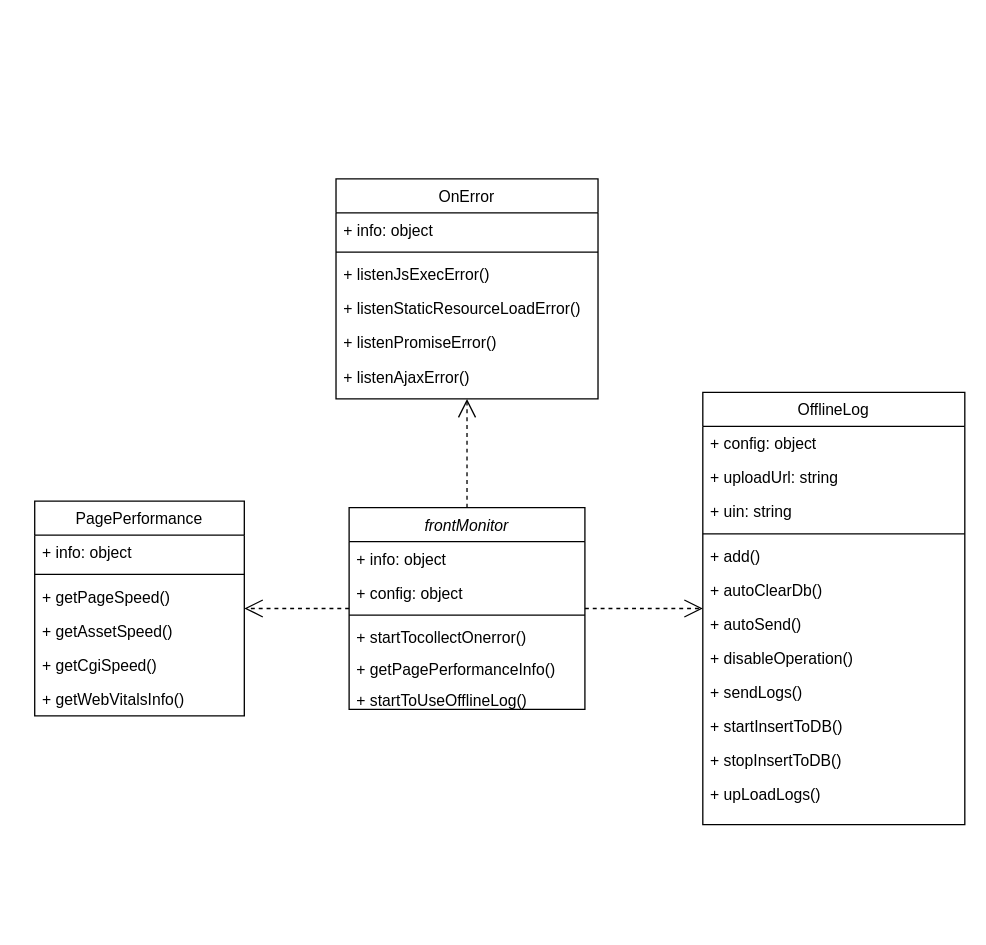
The draw.io diagram 前端监控类图.drawio in FelixTt/repositoryForDraw.io, before the edit. Source tidied: cells renumbered, new cells numbered last; positions are measured from the earlier drawing's top-left corner, leaving out a move shared by most shapes. Both pictures are drawn from the tidied source at 131%, with x=0, y=0 at pixel (34, 178).
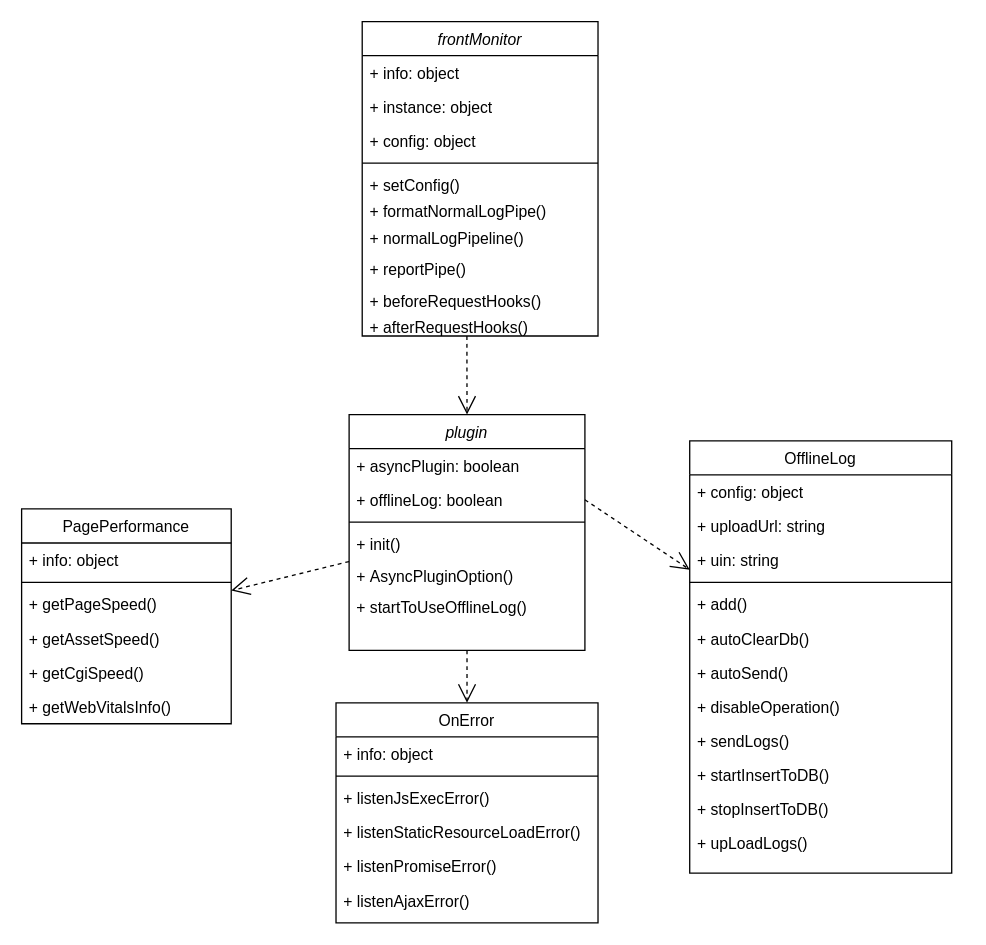
After the change.

Commit message:
更新前端监控类图.drawio

Change to the diagram source:
```diff
@@
     <mxCell id="2" value="OnError" style="swimlane;fontStyle=0;align=center;verticalAlign=top;horizontal=1;startSize=26;rounded=0;shadow=0;strokeWidth=1;" parent="1" vertex="1">
-      <mxGeometry x="230" width="200" height="168" as="geometry" />
+      <mxGeometry x="230" y="400" width="200" height="168" as="geometry" />
     </mxCell>
@@
     <mxCell id="9" value="PagePerformance" style="swimlane;fontStyle=0;align=center;verticalAlign=top;horizontal=1;startSize=26;rounded=0;shadow=0;strokeWidth=1;" parent="1" vertex="1">
-      <mxGeometry y="246" width="160" height="164" as="geometry" />
+      <mxGeometry x="-10" y="252" width="160" height="164" as="geometry" />
     </mxCell>
@@
     <mxCell id="16" value="OfflineLog" style="swimlane;fontStyle=0;align=center;verticalAlign=top;horizontal=1;startSize=26;rounded=0;shadow=0;strokeWidth=1;" parent="1" vertex="1">
-      <mxGeometry x="510" y="163" width="200" height="330" as="geometry" />
+      <mxGeometry x="500" y="200" width="200" height="330" as="geometry" />
     </mxCell>
@@
-    <mxCell id="29" value="frontMonitor" style="swimlane;fontStyle=2;align=center;verticalAlign=top;horizontal=1;startSize=26;rounded=0;shadow=0;strokeWidth=1;" parent="1" vertex="1">
-      <mxGeometry x="240" y="251" width="180" height="154" as="geometry" />
+    <mxCell id="29" value="plugin" style="swimlane;fontStyle=2;align=center;verticalAlign=top;horizontal=1;startSize=26;rounded=0;shadow=0;strokeWidth=1;" parent="1" vertex="1">
+      <mxGeometry x="240" y="180" width="180" height="180" as="geometry" />
     </mxCell>
-    <mxCell id="30" value="+ info: object" style="text;align=left;verticalAlign=top;spacingLeft=4;spacingRight=4;overflow=hidden;" parent="29" vertex="1">
+    <mxCell id="30" value="+ asyncPlugin: boolean" style="text;align=left;verticalAlign=top;spacingLeft=4;spacingRight=4;overflow=hidden;" parent="29" vertex="1">
       <mxGeometry y="26" width="180" height="26" as="geometry" />
     </mxCell>
-    <mxCell id="31" value="+ config: object" style="text;align=left;verticalAlign=top;spacingLeft=4;spacingRight=4;overflow=hidden;points=[[0,0.5],[1,0.5]];portConstraint=eastwest;rounded=0;shadow=0;html=0;" parent="29" vertex="1">
+    <mxCell id="31" value="+ offlineLog: boolean" style="text;align=left;verticalAlign=top;spacingLeft=4;spacingRight=4;overflow=hidden;points=[[0,0.5],[1,0.5]];portConstraint=eastwest;rounded=0;shadow=0;html=0;" parent="29" vertex="1">
       <mxGeometry y="52" width="180" height="26" as="geometry" />
     </mxCell>
@@
+    <mxCell id="34" value="+ init()" style="text;align=left;verticalAlign=top;spacingLeft=4;spacingRight=4;overflow=hidden;" parent="29" vertex="1">
+      <mxGeometry y="86" width="180" height="24" as="geometry" />
+    </mxCell>
-    <mxCell id="33" value="+ startTocollectOnerror()" style="text;align=left;verticalAlign=top;spacingLeft=4;spacingRight=4;overflow=hidden;" parent="29" vertex="1">
-      <mxGeometry y="86" width="180" height="24" as="geometry" />
+    <mxCell id="33" value="+ AsyncPluginOption()" style="text;align=left;verticalAlign=top;spacingLeft=4;spacingRight=4;overflow=hidden;" parent="29" vertex="1">
+      <mxGeometry y="110" width="180" height="24" as="geometry" />
     </mxCell>
-    <mxCell id="34" value="+ getPagePerformanceInfo()" style="text;align=left;verticalAlign=top;spacingLeft=4;spacingRight=4;overflow=hidden;" parent="29" vertex="1">
-      <mxGeometry y="110" width="180" height="24" as="geometry" />
-    </mxCell>
@@
-    <mxCell id="38" style="endArrow=open;endSize=12;dashed=1;html=1;rounded=0;" parent="1" edge="1" source="29" target="16">
+    <mxCell id="38" style="endArrow=open;endSize=12;dashed=1;html=1;rounded=0;exitX=1;exitY=0.5;exitDx=0;exitDy=0;" parent="1" edge="1" source="31" target="16">
       <mxGeometry relative="1" as="geometry" />
     </mxCell>
+    <mxCell id="39" value="frontMonitor" style="swimlane;fontStyle=2;align=center;verticalAlign=top;horizontal=1;startSize=26;rounded=0;shadow=0;strokeWidth=1;" parent="1" vertex="1">
+      <mxGeometry x="250" y="-120" width="180" height="240" as="geometry" />
+    </mxCell>
+    <mxCell id="40" value="+ info: object" style="text;align=left;verticalAlign=top;spacingLeft=4;spacingRight=4;overflow=hidden;" parent="39" vertex="1">
+      <mxGeometry y="26" width="180" height="26" as="geometry" />
+    </mxCell>
+    <mxCell id="41" value="+ instance: object" style="text;align=left;verticalAlign=top;spacingLeft=4;spacingRight=4;overflow=hidden;rounded=0;shadow=0;html=0;" parent="39" vertex="1">
+      <mxGeometry y="52" width="180" height="26" as="geometry" />
+    </mxCell>
+    <mxCell id="42" value="+ config: object" style="text;align=left;verticalAlign=top;spacingLeft=4;spacingRight=4;overflow=hidden;rounded=0;shadow=0;html=0;" parent="39" vertex="1">
+      <mxGeometry y="78" width="180" height="26" as="geometry" />
+    </mxCell>
+    <mxCell id="43" style="line;html=1;strokeWidth=1;align=left;verticalAlign=middle;spacingTop=-1;spacingLeft=3;spacingRight=3;labelPosition=right;" parent="39" vertex="1">
+      <mxGeometry y="104" width="180" height="8" as="geometry" />
+    </mxCell>
+    <mxCell id="44" value="+ setConfig()" style="text;align=left;verticalAlign=top;spacingLeft=4;spacingRight=4;overflow=hidden;" parent="39" vertex="1">
+      <mxGeometry y="112" width="180" height="20" as="geometry" />
+    </mxCell>
+    <mxCell id="45" value="+ formatNormalLogPipe()" style="text;align=left;verticalAlign=top;spacingLeft=4;spacingRight=4;overflow=hidden;" parent="39" vertex="1">
+      <mxGeometry y="132" width="180" height="20" as="geometry" />
+    </mxCell>
+    <mxCell id="46" value="+ normalLogPipeline()" style="text;align=left;verticalAlign=top;spacingLeft=4;spacingRight=4;overflow=hidden;" parent="39" vertex="1">
+      <mxGeometry y="152" width="180" height="24" as="geometry" />
+    </mxCell>
+    <mxCell id="47" value="+ reportPipe()" style="text;align=left;verticalAlign=top;spacingLeft=4;spacingRight=4;overflow=hidden;" parent="39" vertex="1">
+      <mxGeometry y="176" width="180" height="24" as="geometry" />
+    </mxCell>
+    <mxCell id="48" value="+ beforeRequestHooks()" style="text;align=left;verticalAlign=top;spacingLeft=4;spacingRight=4;overflow=hidden;" parent="39" vertex="1">
+      <mxGeometry y="200" width="180" height="20" as="geometry" />
+    </mxCell>
+    <mxCell id="49" value="+ afterRequestHooks()" style="text;align=left;verticalAlign=top;spacingLeft=4;spacingRight=4;overflow=hidden;points=[[0,0.5],[1,0.5]];portConstraint=eastwest;" parent="39" vertex="1">
+      <mxGeometry y="220" width="180" height="20" as="geometry" />
+    </mxCell>
+    <mxCell id="50" style="endArrow=open;endSize=12;dashed=1;html=1;rounded=0;exitX=0.444;exitY=1;exitDx=0;exitDy=0;exitPerimeter=0;entryX=0.5;entryY=0;entryDx=0;entryDy=0;" parent="1" edge="1" source="49" target="29">
+      <mxGeometry relative="1" as="geometry" />
+    </mxCell>
```
